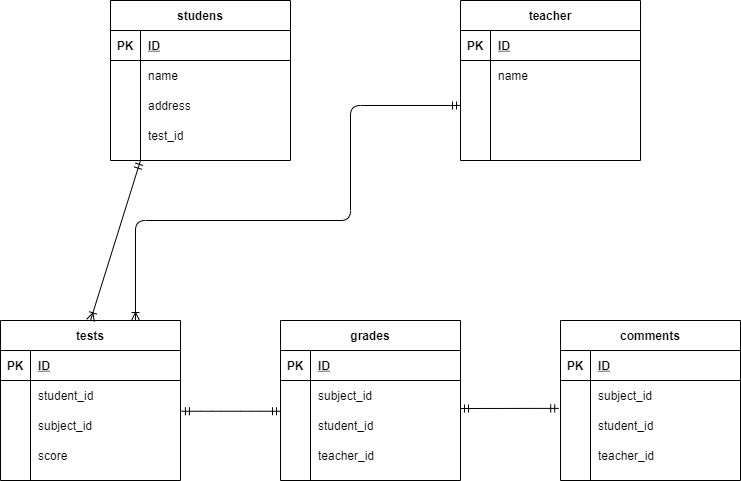
Earlier version of the draw.io export index.drawio.png (Riko-15/DB). Source tidied: cells renumbered, new cells last; positions are measured from the earlier drawing's top-left corner, leaving out a move shared by most shapes.
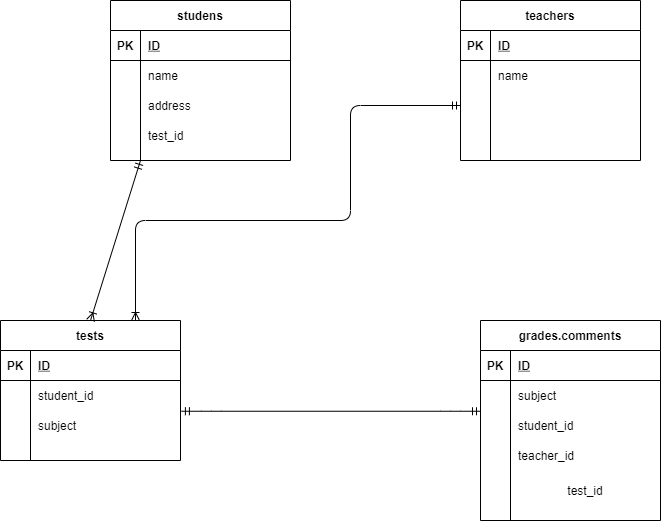
After the commit.

The edit, as a diff of the source:
```diff
@@ -41,7 +41,7 @@
     <mxCell id="14" value="test_id" style="shape=partialRectangle;fillColor=none;top=0;left=0;bottom=0;right=0;align=left;spacingLeft=6;overflow=hidden;" parent="12" vertex="1">
       <mxGeometry x="30" width="150" height="30" as="geometry" />
     </mxCell>
-    <mxCell id="15" value="teacher" style="shape=table;startSize=30;rowLines=0;fontStyle=1;align=center;" parent="1" vertex="1">
+    <mxCell id="15" value="teachers" style="shape=table;startSize=30;rowLines=0;fontStyle=1;align=center;" parent="1" vertex="1">
       <mxGeometry x="460" width="180" height="160" as="geometry" />
     </mxCell>
     <mxCell id="16" style="shape=partialRectangle;fillColor=none;top=0;left=0;bottom=1;right=0;" parent="15" vertex="1">
@@ -80,47 +80,8 @@
     <mxCell id="27" style="shape=partialRectangle;fillColor=none;top=0;left=0;bottom=0;right=0;align=left;spacingLeft=6;overflow=hidden;" parent="25" vertex="1">
       <mxGeometry x="30" width="150" height="30" as="geometry" />
     </mxCell>
-    <mxCell id="28" value="comments" style="shape=table;startSize=30;rowLines=0;fontStyle=1;align=center;" parent="1" vertex="1">
-      <mxGeometry x="560" y="320" width="180" height="160" as="geometry" />
-    </mxCell>
-    <mxCell id="29" style="shape=partialRectangle;fillColor=none;top=0;left=0;bottom=1;right=0;" parent="28" vertex="1">
-      <mxGeometry y="30" width="180" height="30" as="geometry" />
-    </mxCell>
-    <mxCell id="30" value="PK" style="shape=partialRectangle;fillColor=none;top=0;left=0;bottom=0;right=0;fontStyle=1;overflow=hidden;" parent="29" vertex="1">
-      <mxGeometry width="30" height="30" as="geometry" />
-    </mxCell>
-    <mxCell id="31" value="ID" style="shape=partialRectangle;fillColor=none;top=0;left=0;bottom=0;right=0;align=left;spacingLeft=6;fontStyle=5;overflow=hidden;" parent="29" vertex="1">
-      <mxGeometry x="30" width="150" height="30" as="geometry" />
-    </mxCell>
-    <mxCell id="32" style="shape=partialRectangle;fillColor=none;top=0;left=0;bottom=0;right=0;points=[[0,0.5],[1,0.5]];portConstraint=eastwest;" parent="28" vertex="1">
-      <mxGeometry y="60" width="180" height="30" as="geometry" />
-    </mxCell>
-    <mxCell id="33" style="shape=partialRectangle;fillColor=none;top=0;left=0;bottom=0;right=0;overflow=hidden;" parent="32" vertex="1">
-      <mxGeometry width="30" height="30" as="geometry" />
-    </mxCell>
-    <mxCell id="34" value="subject_id" style="shape=partialRectangle;fillColor=none;top=0;left=0;bottom=0;right=0;align=left;spacingLeft=6;overflow=hidden;" parent="32" vertex="1">
-      <mxGeometry x="30" width="150" height="30" as="geometry" />
-    </mxCell>
-    <mxCell id="35" style="shape=partialRectangle;fillColor=none;top=0;left=0;bottom=0;right=0;" parent="28" vertex="1">
-      <mxGeometry y="90" width="180" height="30" as="geometry" />
-    </mxCell>
-    <mxCell id="36" style="shape=partialRectangle;fillColor=none;top=0;left=0;bottom=0;right=0;overflow=hidden;" parent="35" vertex="1">
-      <mxGeometry width="30" height="30" as="geometry" />
-    </mxCell>
-    <mxCell id="37" value="student_id" style="shape=partialRectangle;fillColor=none;top=0;left=0;bottom=0;right=0;align=left;spacingLeft=6;overflow=hidden;" parent="35" vertex="1">
-      <mxGeometry x="30" width="150" height="30" as="geometry" />
-    </mxCell>
-    <mxCell id="38" style="shape=partialRectangle;fillColor=none;top=0;left=0;bottom=0;right=0;" parent="28" vertex="1">
-      <mxGeometry y="120" width="180" height="30" as="geometry" />
-    </mxCell>
-    <mxCell id="39" style="shape=partialRectangle;fillColor=none;top=0;left=0;bottom=0;right=0;overflow=hidden;" parent="38" vertex="1">
-      <mxGeometry width="30" height="30" as="geometry" />
-    </mxCell>
-    <mxCell id="40" value="teacher_id" style="shape=partialRectangle;fillColor=none;top=0;left=0;bottom=0;right=0;align=left;spacingLeft=6;overflow=hidden;" parent="38" vertex="1">
-      <mxGeometry x="30" width="150" height="30" as="geometry" />
-    </mxCell>
     <mxCell id="41" value="tests" style="shape=table;startSize=30;rowLines=0;fontStyle=1;align=center;" parent="1" vertex="1">
-      <mxGeometry y="320" width="180" height="160" as="geometry" />
+      <mxGeometry y="320" width="180" height="140" as="geometry" />
     </mxCell>
     <mxCell id="42" style="shape=partialRectangle;fillColor=none;top=0;left=0;bottom=1;right=0;" parent="41" vertex="1">
       <mxGeometry y="30" width="180" height="30" as="geometry" />
@@ -146,20 +107,20 @@
     <mxCell id="49" style="shape=partialRectangle;fillColor=none;top=0;left=0;bottom=0;right=0;overflow=hidden;" parent="48" vertex="1">
       <mxGeometry width="30" height="30" as="geometry" />
     </mxCell>
-    <mxCell id="50" value="subject_id" style="shape=partialRectangle;fillColor=none;top=0;left=0;bottom=0;right=0;align=left;spacingLeft=6;overflow=hidden;" parent="48" vertex="1">
+    <mxCell id="50" value="subject" style="shape=partialRectangle;fillColor=none;top=0;left=0;bottom=0;right=0;align=left;spacingLeft=6;overflow=hidden;" parent="48" vertex="1">
       <mxGeometry x="30" width="150" height="30" as="geometry" />
     </mxCell>
     <mxCell id="51" style="shape=partialRectangle;fillColor=none;top=0;left=0;bottom=0;right=0;" parent="41" vertex="1">
-      <mxGeometry y="120" width="180" height="30" as="geometry" />
+      <mxGeometry y="120" width="180" height="20" as="geometry" />
     </mxCell>
     <mxCell id="52" style="shape=partialRectangle;fillColor=none;top=0;left=0;bottom=0;right=0;overflow=hidden;" parent="51" vertex="1">
-      <mxGeometry width="30" height="30" as="geometry" />
+      <mxGeometry width="30" height="20" as="geometry" />
     </mxCell>
-    <mxCell id="53" value="score" style="shape=partialRectangle;fillColor=none;top=0;left=0;bottom=0;right=0;align=left;spacingLeft=6;overflow=hidden;" parent="51" vertex="1">
-      <mxGeometry x="30" width="150" height="30" as="geometry" />
+    <mxCell id="53" style="shape=partialRectangle;fillColor=none;top=0;left=0;bottom=0;right=0;align=left;spacingLeft=6;overflow=hidden;" parent="51" vertex="1">
+      <mxGeometry x="30" width="150" height="20" as="geometry" />
     </mxCell>
-    <mxCell id="54" value="grades" style="shape=table;startSize=30;rowLines=0;fontStyle=1;align=center;" parent="1" vertex="1">
-      <mxGeometry x="280" y="320" width="180" height="160" as="geometry" />
+    <mxCell id="54" value="grades.comments" style="shape=table;startSize=30;rowLines=0;fontStyle=1;align=center;" parent="1" vertex="1">
+      <mxGeometry x="480" y="320" width="180" height="200" as="geometry" />
     </mxCell>
     <mxCell id="55" style="shape=partialRectangle;fillColor=none;top=0;left=0;bottom=1;right=0;" parent="54" vertex="1">
       <mxGeometry y="30" width="180" height="30" as="geometry" />
@@ -176,7 +137,7 @@
     <mxCell id="59" style="shape=partialRectangle;fillColor=none;top=0;left=0;bottom=0;right=0;overflow=hidden;" parent="58" vertex="1">
       <mxGeometry width="30" height="30" as="geometry" />
     </mxCell>
-    <mxCell id="60" value="subject_id" style="shape=partialRectangle;fillColor=none;top=0;left=0;bottom=0;right=0;align=left;spacingLeft=6;overflow=hidden;" parent="58" vertex="1">
+    <mxCell id="60" value="subject" style="shape=partialRectangle;fillColor=none;top=0;left=0;bottom=0;right=0;align=left;spacingLeft=6;overflow=hidden;" parent="58" vertex="1">
       <mxGeometry x="30" width="150" height="30" as="geometry" />
     </mxCell>
     <mxCell id="61" style="shape=partialRectangle;fillColor=none;top=0;left=0;bottom=0;right=0;points=[[0,0.5],[1,0.5]];portConstraint=eastwest;" parent="54" vertex="1">
@@ -197,16 +158,20 @@
     <mxCell id="66" value="teacher_id" style="shape=partialRectangle;fillColor=none;top=0;left=0;bottom=0;right=0;align=left;spacingLeft=6;overflow=hidden;" parent="64" vertex="1">
       <mxGeometry x="30" width="150" height="30" as="geometry" />
     </mxCell>
+    <mxCell id="71" style="shape=partialRectangle;html=1;whiteSpace=wrap;fillColor=none;top=0;left=0;bottom=0;right=0;" parent="54" vertex="1">
+      <mxGeometry y="150" width="180" height="40" as="geometry" />
+    </mxCell>
+    <mxCell id="72" style="shape=partialRectangle;html=1;whiteSpace=wrap;overflow=hidden;fillColor=none;top=0;left=0;bottom=0;right=0;" parent="71" vertex="1">
+      <mxGeometry width="30" height="40" as="geometry" />
+    </mxCell>
+    <mxCell id="73" value="test_id" style="shape=partialRectangle;html=1;whiteSpace=wrap;overflow=hidden;fillColor=none;top=0;left=0;bottom=0;right=0;" parent="71" vertex="1">
+      <mxGeometry x="30" width="150" height="40" as="geometry" />
+    </mxCell>
     <mxCell id="67" style="fontSize=12;html=1;endArrow=ERoneToMany;startArrow=ERmandOne;entryX=0.5;entryY=0;entryDx=0;entryDy=0;" parent="1" edge="1" target="41">
       <mxGeometry relative="1" as="geometry">
         <mxPoint x="140" y="160" as="sourcePoint" />
       </mxGeometry>
     </mxCell>
-    <mxCell id="68" style="fontSize=12;html=1;endArrow=ERmandOne;startArrow=ERmandOne;entryX=-0.01;entryY=0.929;entryDx=0;entryDy=0;entryPerimeter=0;" parent="1" edge="1" target="32">
-      <mxGeometry relative="1" as="geometry">
-        <mxPoint x="460" y="408" as="sourcePoint" />
-      </mxGeometry>
-    </mxCell>
     <mxCell id="69" style="fontSize=12;html=1;endArrow=ERoneToMany;startArrow=ERmandOne;exitX=0;exitY=0.5;exitDx=0;exitDy=0;entryX=0.75;entryY=0;entryDx=0;entryDy=0;edgeStyle=orthogonalEdgeStyle;" parent="1" edge="1" source="22" target="41">
       <mxGeometry relative="1" as="geometry">
         <Array as="points">
```
